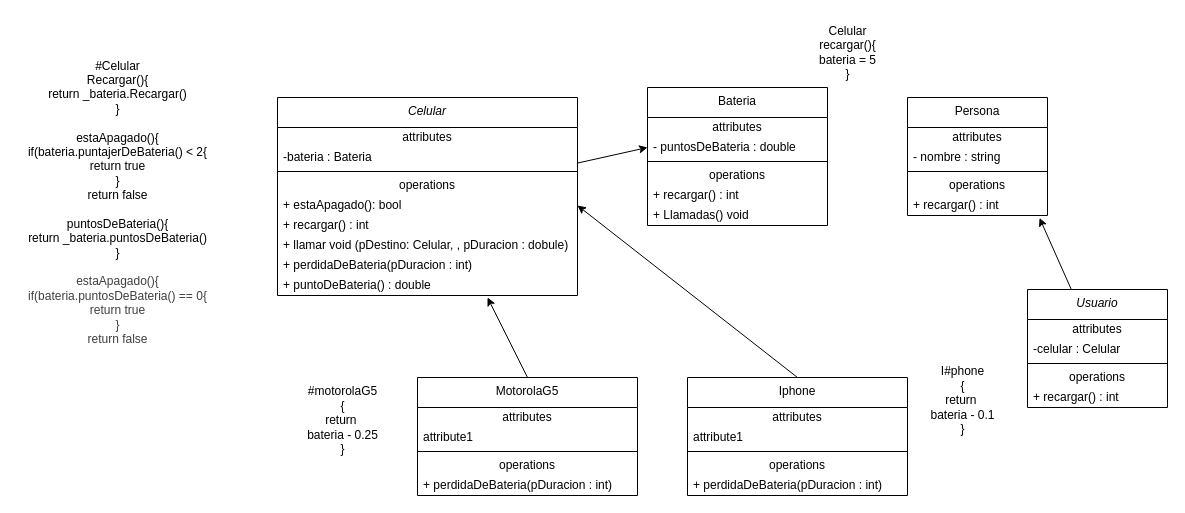
Before: Unidad-1-Programacion2/Clase11/celulares/diagrama/celulares.dio in EdgarSteinberg/UTN-Programacion-II, a draw.io diagram. Source tidied: cells renumbered, new cells numbered last; positions are measured from the earlier drawing's top-left corner, leaving out a move shared by most shapes. Both pictures are drawn from the tidied source at 100%, with x=0, y=0 at pixel (17, 17).
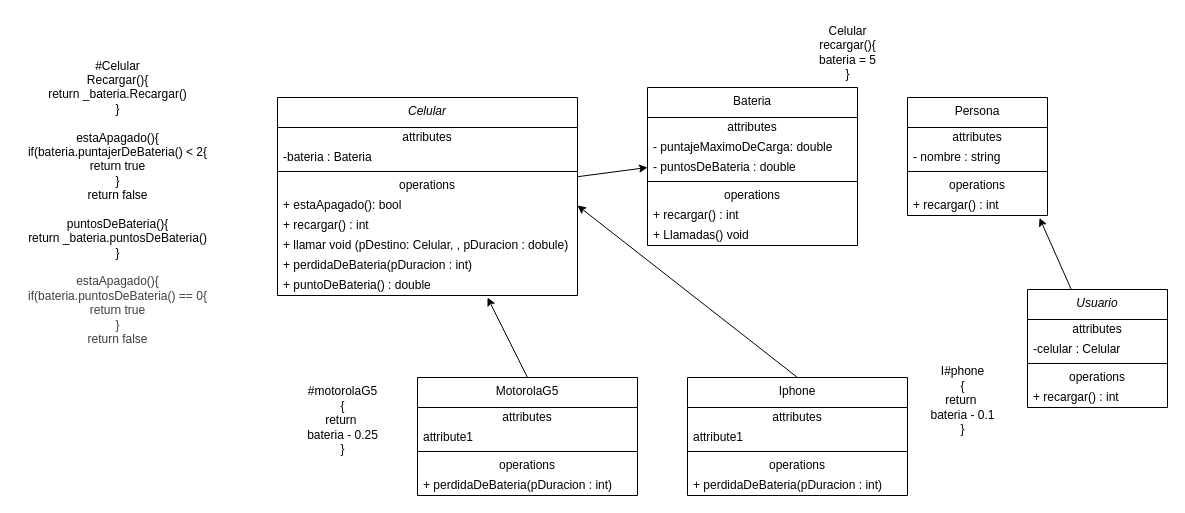
After the change.

Commit message (it also covers changes not shown here):
modificando diagrama de clases ejercicio celulares

Change to the diagram source:
```diff
@@
     <mxCell id="27" value="Bateria" style="swimlane;fontStyle=0;align=center;verticalAlign=top;horizontal=1;startSize=30;html=1;whiteSpace=wrap;" parent="1" vertex="1">
-      <mxGeometry x="630" y="70" width="180" height="138" as="geometry" />
+      <mxGeometry x="630" y="70" width="210" height="158" as="geometry" />
     </mxCell>
     <mxCell id="28" value="attributes" style="text;html=1;strokeColor=none;fillColor=none;align=center;verticalAlign=middle;spacingLeft=4;spacingRight=4;overflow=hidden;whiteSpace=wrap;" parent="27" vertex="1">
-      <mxGeometry y="30" width="180" height="20" as="geometry" />
+      <mxGeometry y="30" width="210" height="20" as="geometry" />
     </mxCell>
+    <mxCell id="51" value="- puntajeMaximoDeCarga: double" style="text;html=1;strokeColor=none;fillColor=none;align=left;verticalAlign=middle;spacingLeft=4;spacingRight=4;overflow=hidden;whiteSpace=wrap;" parent="27" vertex="1">
+      <mxGeometry y="50" width="210" height="20" as="geometry" />
+    </mxCell>
     <mxCell id="29" value="- puntosDeBateria : double" style="text;html=1;strokeColor=none;fillColor=none;align=left;verticalAlign=middle;spacingLeft=4;spacingRight=4;overflow=hidden;points=[[0,0.5],[1,0.5]];portConstraint=eastwest;whiteSpace=wrap;" parent="27" vertex="1">
-      <mxGeometry y="50" width="180" height="20" as="geometry" />
+      <mxGeometry y="70" width="210" height="20" as="geometry" />
     </mxCell>
     <mxCell id="30" style="line;strokeWidth=1;fillColor=none;align=left;verticalAlign=middle;spacingTop=-1;spacingLeft=3;spacingRight=3;labelPosition=right;" parent="27" vertex="1">
-      <mxGeometry y="70" width="180" height="8" as="geometry" />
+      <mxGeometry y="90" width="210" height="8" as="geometry" />
     </mxCell>
     <mxCell id="31" value="operations" style="text;html=1;strokeColor=none;fillColor=none;align=center;verticalAlign=middle;spacingLeft=4;spacingRight=4;overflow=hidden;whiteSpace=wrap;" parent="27" vertex="1">
-      <mxGeometry y="78" width="180" height="20" as="geometry" />
+      <mxGeometry y="98" width="210" height="20" as="geometry" />
     </mxCell>
     <mxCell id="32" value="+ recargar() : int" style="text;html=1;strokeColor=none;fillColor=none;align=left;verticalAlign=middle;spacingLeft=4;spacingRight=4;overflow=hidden;whiteSpace=wrap;" parent="27" vertex="1">
-      <mxGeometry y="98" width="180" height="20" as="geometry" />
+      <mxGeometry y="118" width="210" height="20" as="geometry" />
     </mxCell>
     <mxCell id="33" value="+ Llamadas() void" style="text;html=1;strokeColor=none;fillColor=none;align=left;verticalAlign=middle;spacingLeft=4;spacingRight=4;overflow=hidden;whiteSpace=wrap;" parent="27" vertex="1">
-      <mxGeometry y="118" width="180" height="20" as="geometry" />
+      <mxGeometry y="138" width="210" height="20" as="geometry" />
     </mxCell>
```
